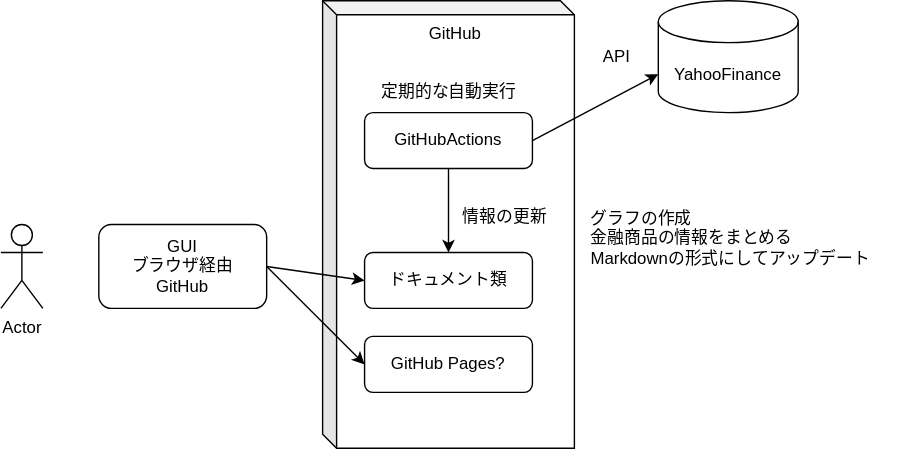
The draw.io diagram docs/project/01_requirements/images/requirements/compornent01.drawio.svg in tsuji0422/practicePython_TestCode, before a commit. Source tidied: cells renumbered, new cells last; positions are measured from the earlier drawing's top-left corner, leaving out a move shared by most shapes. Its diagram source:
```xml
<mxGraphModel>
  <root>
    <mxCell id="0" />
    <mxCell id="1" parent="0" />
    <mxCell id="2" value="GitHub" style="shape=cube;whiteSpace=wrap;html=1;boundedLbl=1;backgroundOutline=1;darkOpacity=0.05;darkOpacity2=0.1;size=10;verticalAlign=top;" parent="1" vertex="1">
      <mxGeometry x="230" width="180" height="320" as="geometry" />
    </mxCell>
    <mxCell id="3" value="Actor" style="shape=umlActor;verticalLabelPosition=bottom;verticalAlign=top;html=1;" parent="1" vertex="1">
      <mxGeometry y="160" width="30" height="60" as="geometry" />
    </mxCell>
    <mxCell id="4" value="YahooFinance" style="shape=cylinder3;whiteSpace=wrap;html=1;boundedLbl=1;backgroundOutline=1;size=15;" parent="1" vertex="1">
      <mxGeometry x="470" width="100" height="80" as="geometry" />
    </mxCell>
    <mxCell id="5" style="edgeStyle=none;html=1;exitX=1;exitY=0.5;exitDx=0;exitDy=0;entryX=0;entryY=0.5;entryDx=0;entryDy=0;" parent="1" edge="1" source="7" target="12">
      <mxGeometry relative="1" as="geometry" />
    </mxCell>
    <mxCell id="6" style="edgeStyle=none;html=1;exitX=1;exitY=0.5;exitDx=0;exitDy=0;entryX=0;entryY=0.5;entryDx=0;entryDy=0;" parent="1" edge="1" source="7" target="11">
      <mxGeometry relative="1" as="geometry" />
    </mxCell>
    <mxCell id="7" value="GUI&lt;br&gt;ブラウザ経由&lt;br&gt;GitHub" style="rounded=1;whiteSpace=wrap;html=1;" parent="1" vertex="1">
      <mxGeometry x="70" y="160" width="120" height="60" as="geometry" />
    </mxCell>
    <mxCell id="8" style="edgeStyle=none;html=1;exitX=1;exitY=0.5;exitDx=0;exitDy=0;entryX=0;entryY=0;entryDx=0;entryDy=52.5;entryPerimeter=0;" parent="1" edge="1" source="10" target="4">
      <mxGeometry relative="1" as="geometry" />
    </mxCell>
    <mxCell id="9" style="edgeStyle=none;html=1;exitX=0.5;exitY=1;exitDx=0;exitDy=0;" parent="1" edge="1" source="10" target="11">
      <mxGeometry relative="1" as="geometry" />
    </mxCell>
    <mxCell id="10" value="GitHubActions" style="rounded=1;whiteSpace=wrap;html=1;" parent="1" vertex="1">
      <mxGeometry x="260" y="80" width="120" height="40" as="geometry" />
    </mxCell>
    <mxCell id="11" value="ドキュメント類" style="rounded=1;whiteSpace=wrap;html=1;" parent="1" vertex="1">
      <mxGeometry x="260" y="180" width="120" height="40" as="geometry" />
    </mxCell>
    <mxCell id="12" value="GitHub Pages?" style="rounded=1;whiteSpace=wrap;html=1;" parent="1" vertex="1">
      <mxGeometry x="260" y="240" width="120" height="40" as="geometry" />
    </mxCell>
    <mxCell id="13" value="API" style="text;html=1;align=center;verticalAlign=middle;strokeColor=none;fillColor=none;" parent="1" vertex="1">
      <mxGeometry x="420" y="25" width="40" height="30" as="geometry" />
    </mxCell>
    <mxCell id="14" value="情報の更新" style="text;html=1;align=center;verticalAlign=middle;strokeColor=none;fillColor=none;" parent="1" vertex="1">
      <mxGeometry x="320" y="140" width="80" height="30" as="geometry" />
    </mxCell>
    <mxCell id="15" value="定期的な自動実行" style="text;html=1;align=center;verticalAlign=middle;strokeColor=none;fillColor=none;" parent="1" vertex="1">
      <mxGeometry x="260" y="50" width="120" height="30" as="geometry" />
    </mxCell>
    <mxCell id="16" value="グラフの作成&lt;br&gt;金融商品の情報をまとめる&lt;br&gt;Markdownの形式にしてアップデート" style="text;html=1;align=left;verticalAlign=middle;strokeColor=none;fillColor=none;" parent="1" vertex="1">
      <mxGeometry x="420" y="140" width="220" height="60" as="geometry" />
    </mxCell>
  </root>
</mxGraphModel>
```
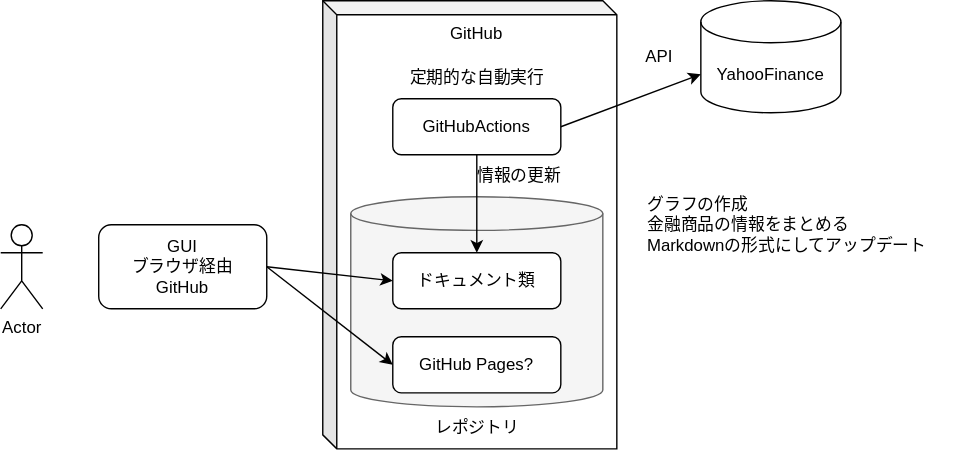
Later version of the same file.

The edit, as a diff of the source:
```diff
@@ -3,13 +3,16 @@
     <mxCell id="0" />
     <mxCell id="1" parent="0" />
     <mxCell id="2" value="GitHub" style="shape=cube;whiteSpace=wrap;html=1;boundedLbl=1;backgroundOutline=1;darkOpacity=0.05;darkOpacity2=0.1;size=10;verticalAlign=top;" parent="1" vertex="1">
-      <mxGeometry x="230" width="180" height="320" as="geometry" />
+      <mxGeometry x="230" width="210" height="320" as="geometry" />
     </mxCell>
+    <mxCell id="17" style="shape=cylinder3;whiteSpace=wrap;html=1;boundedLbl=1;backgroundOutline=1;size=12;verticalAlign=top;fillColor=#f5f5f5;fontColor=#333333;strokeColor=#666666;" parent="1" vertex="1">
+      <mxGeometry x="250" y="140" width="180" height="150" as="geometry" />
+    </mxCell>
     <mxCell id="3" value="Actor" style="shape=umlActor;verticalLabelPosition=bottom;verticalAlign=top;html=1;" parent="1" vertex="1">
       <mxGeometry y="160" width="30" height="60" as="geometry" />
     </mxCell>
     <mxCell id="4" value="YahooFinance" style="shape=cylinder3;whiteSpace=wrap;html=1;boundedLbl=1;backgroundOutline=1;size=15;" parent="1" vertex="1">
-      <mxGeometry x="470" width="100" height="80" as="geometry" />
+      <mxGeometry x="500" width="100" height="80" as="geometry" />
     </mxCell>
     <mxCell id="5" style="edgeStyle=none;html=1;exitX=1;exitY=0.5;exitDx=0;exitDy=0;entryX=0;entryY=0.5;entryDx=0;entryDy=0;" parent="1" edge="1" source="7" target="12">
       <mxGeometry relative="1" as="geometry" />
@@ -27,25 +30,28 @@
       <mxGeometry relative="1" as="geometry" />
     </mxCell>
     <mxCell id="10" value="GitHubActions" style="rounded=1;whiteSpace=wrap;html=1;" parent="1" vertex="1">
-      <mxGeometry x="260" y="80" width="120" height="40" as="geometry" />
+      <mxGeometry x="280" y="70" width="120" height="40" as="geometry" />
     </mxCell>
     <mxCell id="11" value="ドキュメント類" style="rounded=1;whiteSpace=wrap;html=1;" parent="1" vertex="1">
-      <mxGeometry x="260" y="180" width="120" height="40" as="geometry" />
+      <mxGeometry x="280" y="180" width="120" height="40" as="geometry" />
     </mxCell>
     <mxCell id="12" value="GitHub Pages?" style="rounded=1;whiteSpace=wrap;html=1;" parent="1" vertex="1">
-      <mxGeometry x="260" y="240" width="120" height="40" as="geometry" />
+      <mxGeometry x="280" y="240" width="120" height="40" as="geometry" />
     </mxCell>
     <mxCell id="13" value="API" style="text;html=1;align=center;verticalAlign=middle;strokeColor=none;fillColor=none;" parent="1" vertex="1">
-      <mxGeometry x="420" y="25" width="40" height="30" as="geometry" />
+      <mxGeometry x="450" y="25" width="40" height="30" as="geometry" />
     </mxCell>
     <mxCell id="14" value="情報の更新" style="text;html=1;align=center;verticalAlign=middle;strokeColor=none;fillColor=none;" parent="1" vertex="1">
-      <mxGeometry x="320" y="140" width="80" height="30" as="geometry" />
+      <mxGeometry x="330" y="110" width="80" height="30" as="geometry" />
     </mxCell>
     <mxCell id="15" value="定期的な自動実行" style="text;html=1;align=center;verticalAlign=middle;strokeColor=none;fillColor=none;" parent="1" vertex="1">
-      <mxGeometry x="260" y="50" width="120" height="30" as="geometry" />
+      <mxGeometry x="280" y="40" width="120" height="30" as="geometry" />
     </mxCell>
     <mxCell id="16" value="グラフの作成&lt;br&gt;金融商品の情報をまとめる&lt;br&gt;Markdownの形式にしてアップデート" style="text;html=1;align=left;verticalAlign=middle;strokeColor=none;fillColor=none;" parent="1" vertex="1">
-      <mxGeometry x="420" y="140" width="220" height="60" as="geometry" />
+      <mxGeometry x="460" y="130" width="220" height="60" as="geometry" />
     </mxCell>
+    <mxCell id="18" value="レポジトリ" style="text;html=1;align=center;verticalAlign=middle;strokeColor=none;fillColor=none;" parent="1" vertex="1">
+      <mxGeometry x="300" y="290" width="80" height="30" as="geometry" />
+    </mxCell>
   </root>
 </mxGraphModel>
```
